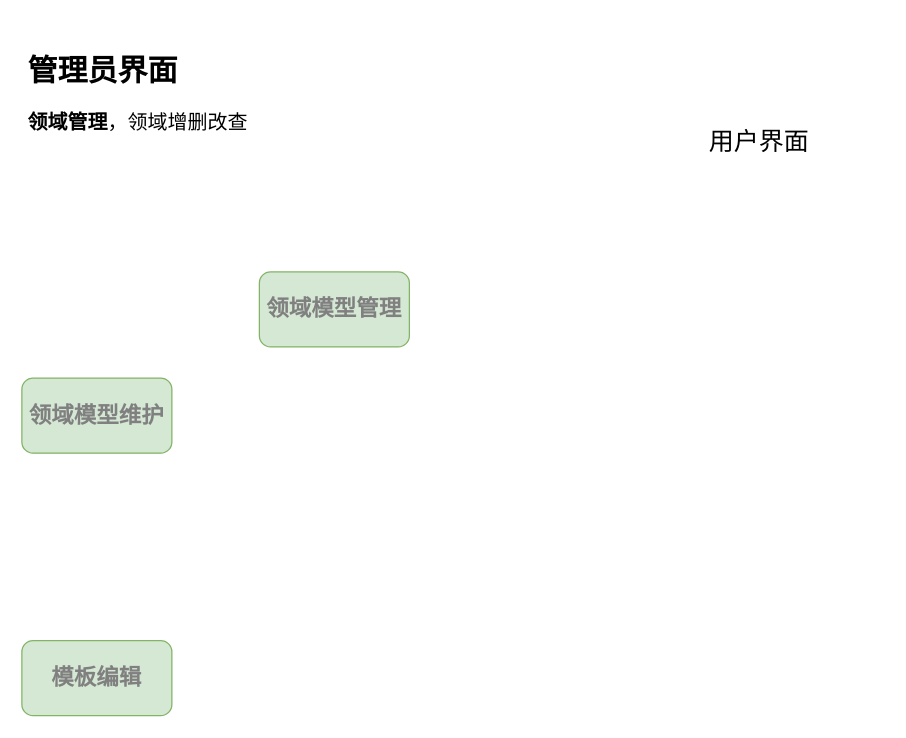
HonyoLAN/telmy keeps this draw.io diagram as 原型设计.drawio. Above is the earlier version. Source tidied: cells renumbered, new cells numbered last; positions are measured from the earlier drawing's top-left corner, leaving out a move shared by most shapes. Both pictures are drawn from the tidied source at 125%, with x=0, y=0 at pixel (21, 46).
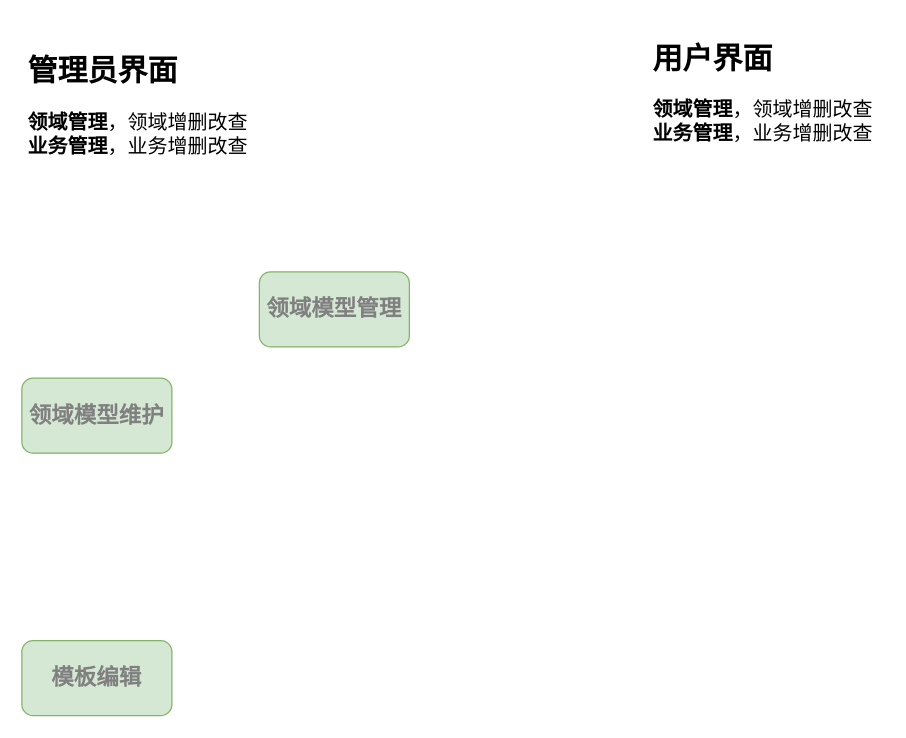
Above is the later version.

Commit message (it also covers changes not shown here):
更新原型设计.drawio

Change to the diagram source:
```diff
@@
 <mxGraphModel>
   <root>
     <mxCell id="0" />
     <mxCell id="1" parent="0" />
     <mxCell id="2" value="&lt;b&gt;&lt;font style=&quot;font-size: 18px;&quot;&gt;领域模型维护&lt;/font&gt;&lt;/b&gt;" style="rounded=1;whiteSpace=wrap;html=1;fillColor=#d5e8d4;strokeColor=#82b366;fontColor=#808080;" parent="1" vertex="1">
       <mxGeometry y="265" width="120" height="60" as="geometry" />
     </mxCell>
     <mxCell id="3" value="&lt;b&gt;&lt;font style=&quot;font-size: 18px;&quot;&gt;模板编辑&lt;/font&gt;&lt;/b&gt;" style="rounded=1;whiteSpace=wrap;html=1;fillColor=#d5e8d4;strokeColor=#82b366;fontColor=#808080;" parent="1" vertex="1">
       <mxGeometry y="475" width="120" height="60" as="geometry" />
     </mxCell>
     <mxCell id="4" value="&lt;b&gt;&lt;font style=&quot;font-size: 18px;&quot;&gt;领域模型管理&lt;/font&gt;&lt;/b&gt;" style="rounded=1;whiteSpace=wrap;html=1;fillColor=#d5e8d4;strokeColor=#82b366;fontColor=#808080;" parent="1" vertex="1">
       <mxGeometry x="190" y="180" width="120" height="60" as="geometry" />
     </mxCell>
-    <mxCell id="5" value="用户界面" style="text;html=1;strokeColor=none;fillColor=none;align=center;verticalAlign=middle;whiteSpace=wrap;rounded=0;fontSize=20;" parent="1" vertex="1">
-      <mxGeometry x="520" y="60" width="140" height="30" as="geometry" />
-    </mxCell>
-    <mxCell id="6" value="&lt;h1&gt;管理员界面&lt;br&gt;&lt;/h1&gt;&lt;p style=&quot;font-size: 16px;&quot;&gt;&lt;b&gt;领域管理&lt;/b&gt;，领域增删改查&lt;br&gt;&lt;br&gt;&lt;/p&gt;" style="text;html=1;strokeColor=none;fillColor=none;spacing=5;spacingTop=-20;whiteSpace=wrap;overflow=hidden;rounded=0;" parent="1" vertex="1">
+    <mxCell id="6" value="&lt;h1&gt;管理员界面&lt;br&gt;&lt;/h1&gt;&lt;p style=&quot;font-size: 16px;&quot;&gt;&lt;b&gt;领域管理&lt;/b&gt;，领域增删改查&lt;br&gt;&lt;b style=&quot;border-color: var(--border-color);&quot;&gt;业务管理&lt;/b&gt;，业务增删改查&lt;br&gt;&lt;/p&gt;" style="text;html=1;strokeColor=none;fillColor=none;spacing=5;spacingTop=-20;whiteSpace=wrap;overflow=hidden;rounded=0;" parent="1" vertex="1">
       <mxGeometry width="190" height="120" as="geometry" />
     </mxCell>
+    <mxCell id="7" value="&lt;h1&gt;用户界面&lt;br&gt;&lt;/h1&gt;&lt;p style=&quot;font-size: 16px;&quot;&gt;&lt;b&gt;领域管理&lt;/b&gt;，领域增删改查&lt;br&gt;&lt;b style=&quot;border-color: var(--border-color);&quot;&gt;业务管理&lt;/b&gt;，业务增删改查&lt;br&gt;&lt;/p&gt;" style="text;html=1;strokeColor=none;fillColor=none;spacing=5;spacingTop=-20;whiteSpace=wrap;overflow=hidden;rounded=0;" parent="1" vertex="1">
+      <mxGeometry x="500" y="-10" width="190" height="120" as="geometry" />
+    </mxCell>
   </root>
 </mxGraphModel>
```
